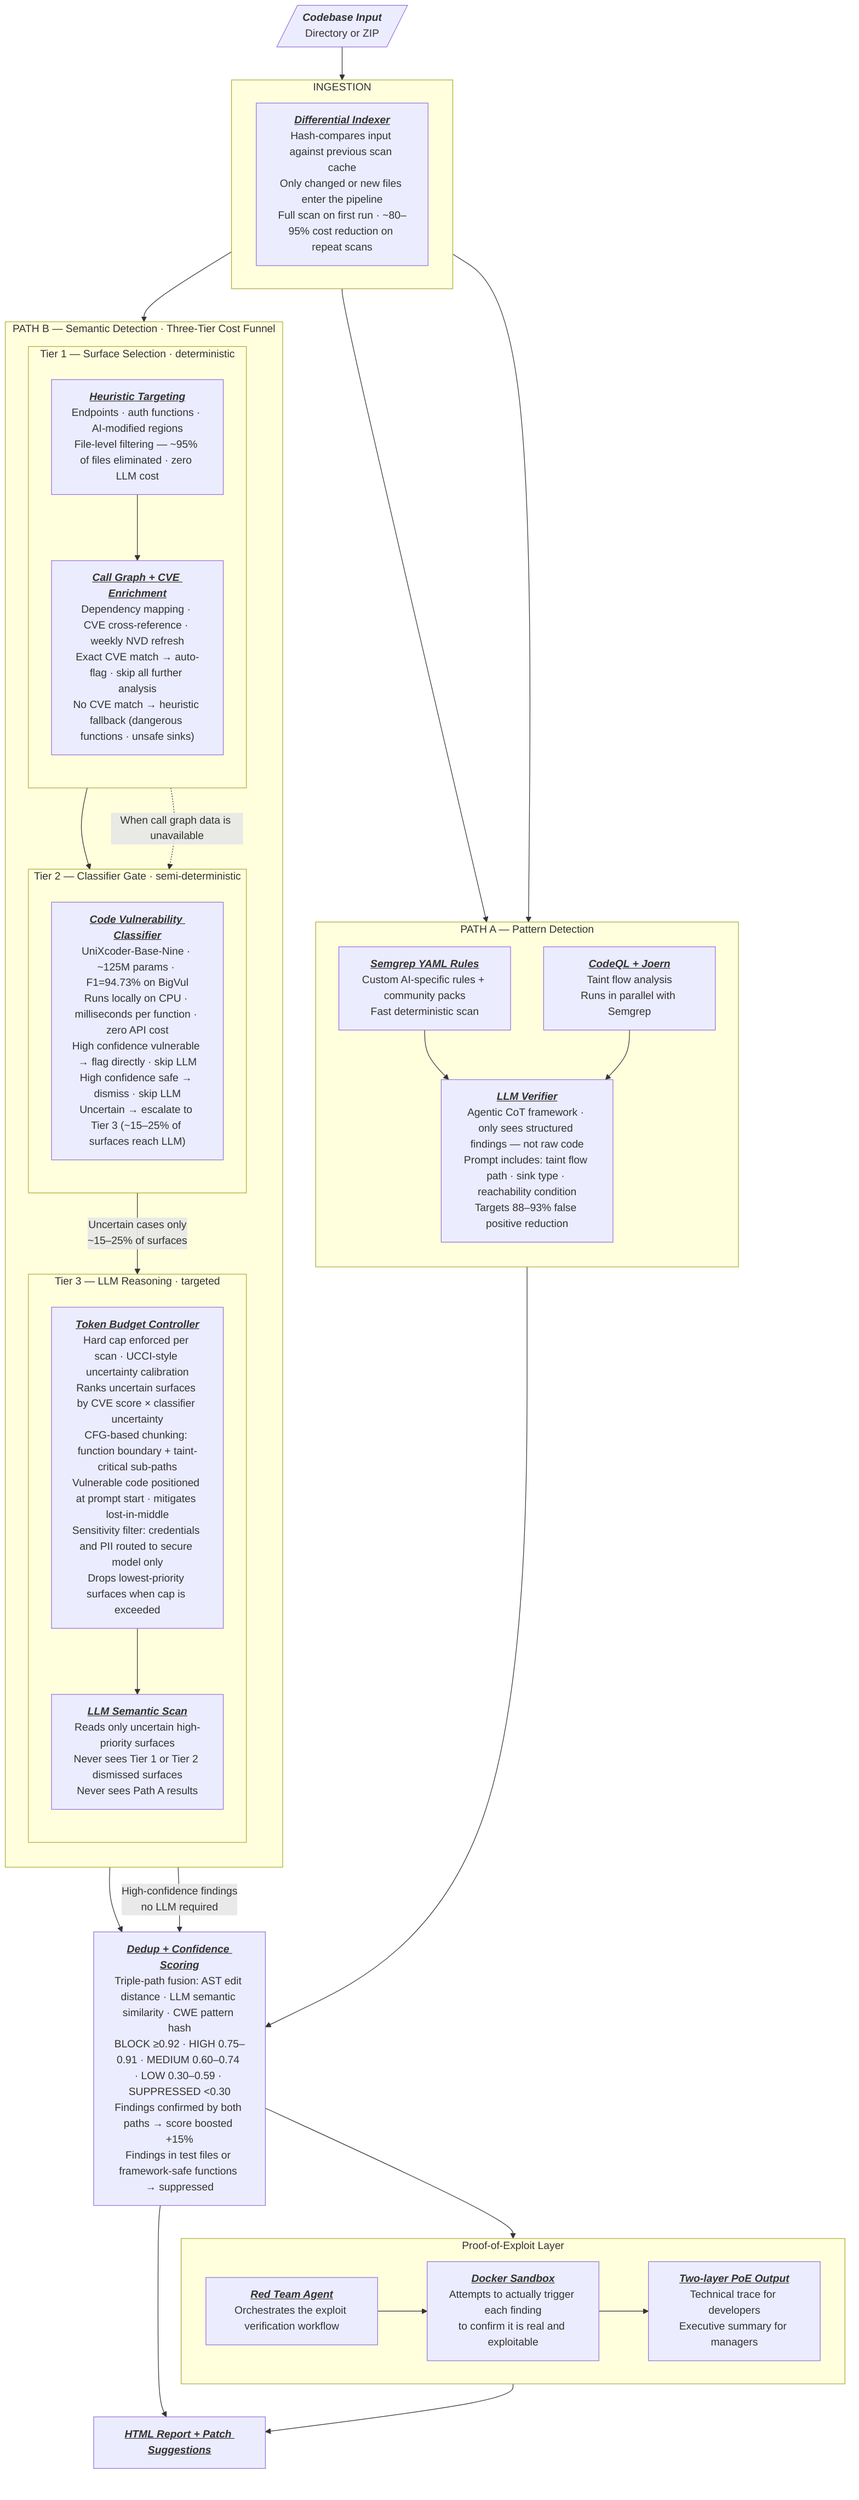
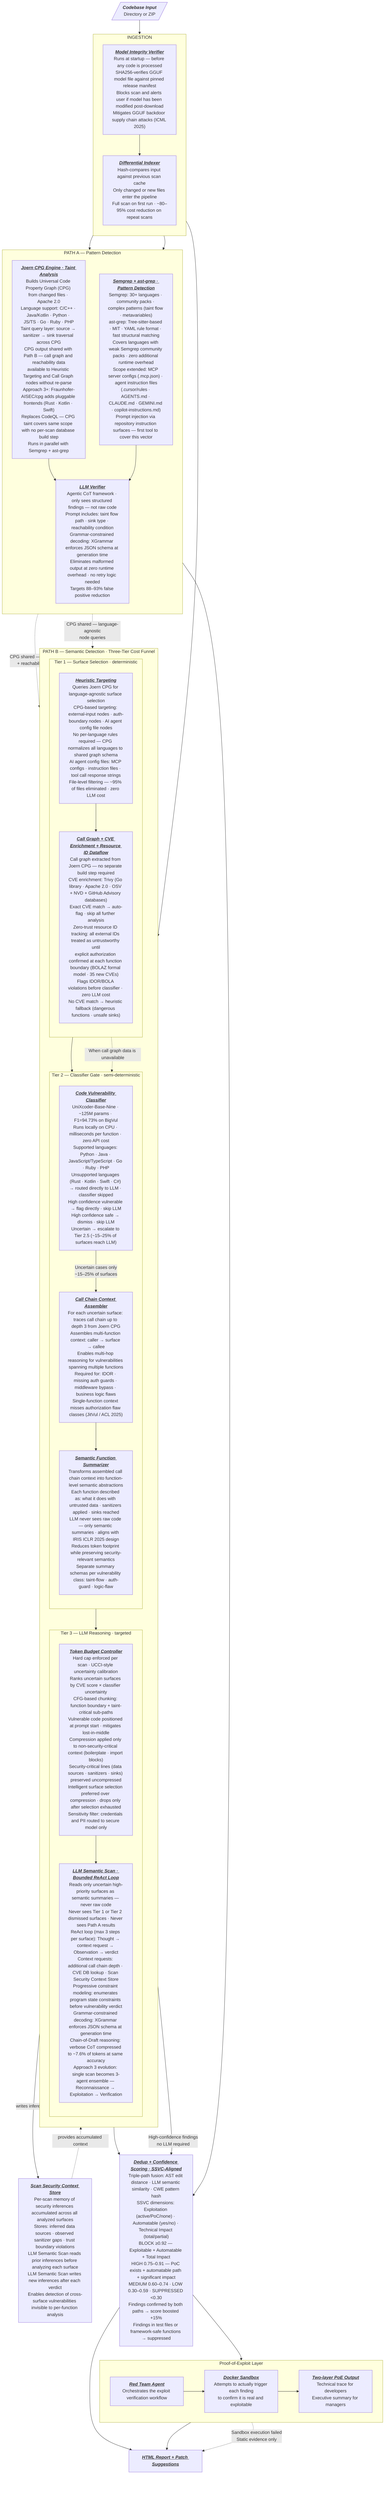
graph TD
    Input[/"<b><i>Codebase Input</i></b>\nDirectory or ZIP"/]

    subgraph INGEST["INGESTION"]
-         direction LR
+         direction TB
+         Model_IV["<b><i><u>Model Integrity Verifier</u></i></b>\nRuns at startup — before any code is processed\nSHA256-verifies GGUF model file against pinned release manifest\nBlocks scan and alerts user if model has been modified post-download\nMitigates GGUF backdoor supply chain attacks (ICML 2025)"]
        DI["<b><i><u>Differential Indexer</u></i></b>\nHash-compares input against previous scan cache\nOnly changed or new files enter the pipeline\nFull scan on first run · ~80–95% cost reduction on repeat scans"]
+         Model_IV --> DI
    end

    subgraph PA["PATH A — Pattern Detection"]
        direction TB
-         PA_SG["<b><i><u>Semgrep YAML Rules</u></i></b>\nCustom AI-specific rules + community packs\nFast deterministic scan"]
-         PA_CQ["<b><i><u>CodeQL + Joern</u></i></b>\nTaint flow analysis\nRuns in parallel with Semgrep"]
-         PA_LV["<b><i><u>LLM Verifier</u></i></b>\nAgentic CoT framework · only sees structured findings — not raw code\nPrompt includes: taint flow path · sink type · reachability condition\nTargets 88–93% false positive reduction"]
-         PA_SG --> PA_LV
+         PA_SG["<b><i><u>Semgrep + ast-grep · Pattern Detection</u></i></b>\nSemgrep: 30+ languages · community packs · complex patterns (taint flow · metavariables)\nast-grep: Tree-sitter-based · MIT · YAML rule format · fast structural matching\nCovers languages with weak Semgrep community packs · zero additional runtime overhead\nScope extended: MCP server configs (.mcp.json) · agent instruction files\n(.cursor/rules · AGENTS.md · CLAUDE.md · GEMINI.md · copilot-instructions.md)\nPrompt injection via repository instruction surfaces — first tool to cover this vector"]
+         PA_CQ["<b><i><u>Joern CPG Engine · Taint Analysis</u></i></b>\nBuilds Universal Code Property Graph (CPG) from changed files · Apache 2.0\nLanguage support: C/C++ · Java/Kotlin · Python · JS/TS · Go · Ruby · PHP\nTaint query layer: source → sanitizer → sink traversal across CPG\nCPG output shared with Path B — call graph and reachability data\navailable to Heuristic Targeting and Call Graph nodes without re-parse\nApproach 3+: Fraunhofer-AISEC/cpg adds pluggable frontends (Rust · Kotlin · Swift)\nReplaces CodeQL — CPG taint covers same scope with no per-scan database build step\nRuns in parallel with Semgrep + ast-grep"]
+         PA_LV["<b><i><u>LLM Verifier</u></i></b>\nAgentic CoT framework · only sees structured findings — not raw code\nPrompt includes: taint flow path · sink type · reachability condition\nGrammar-constrained decoding: XGrammar enforces JSON schema at generation time\nEliminates malformed output at zero runtime overhead · no retry logic needed\nTargets 88–93% false positive reduction"]
        PA_CQ --> PA_LV
    end

    subgraph PB["PATH B — Semantic Detection · Three-Tier Cost Funnel"]
        direction TB

        subgraph T1["Tier 1 — Surface Selection · deterministic"]
            direction TB
-             PB_HT["<b><i><u>Heuristic Targeting</u></i></b>\nEndpoints · auth functions · AI-modified regions\nFile-level filtering — ~95% of files eliminated · zero LLM cost"]
-             PB_CG["<b><i><u>Call Graph + CVE Enrichment</u></i></b>\nDependency mapping · CVE cross-reference · weekly NVD refresh\nExact CVE match → auto-flag · skip all further analysis\nNo CVE match → heuristic fallback (dangerous functions · unsafe sinks)"]
+             PB_HT["<b><i><u>Heuristic Targeting</u></i></b>\nQueries Joern CPG for language-agnostic surface selection\nCPG-based targeting: external-input nodes · auth-boundary nodes · AI agent config file nodes\nNo per-language rules required — CPG normalizes all languages to shared graph schema\nAI agent config files: MCP configs · instruction files · tool call response strings\nFile-level filtering — ~95% of files eliminated · zero LLM cost"]
+             PB_CG["<b><i><u>Call Graph + CVE Enrichment + Resource ID Dataflow</u></i></b>\nCall graph extracted from Joern CPG — no separate build step required\nCVE enrichment: Trivy (Go library · Apache 2.0 · OSV + NVD + GitHub Advisory databases)\nExact CVE match → auto-flag · skip all further analysis\nZero-trust resource ID tracking: all external IDs treated as untrustworthy until\nexplicit authorization confirmed at each function boundary (BOLAZ formal model · 35 new CVEs)\nFlags IDOR/BOLA violations before classifier · zero LLM cost\nNo CVE match → heuristic fallback (dangerous functions · unsafe sinks)"]
        end
+ 
        subgraph T2["Tier 2 — Classifier Gate · semi-deterministic"]
            direction TB
-             PB_CC["<b><i><u>Code Vulnerability Classifier</u></i></b>\nUniXcoder-Base-Nine · ~125M params · F1=94.73% on BigVul\nRuns locally on CPU · milliseconds per function · zero API cost\nHigh confidence vulnerable → flag directly · skip LLM\nHigh confidence safe → dismiss · skip LLM\nUncertain → escalate to Tier 3 (~15–25% of surfaces reach LLM)"]
+             PB_CC["<b><i><u>Code Vulnerability Classifier</u></i></b>\nUniXcoder-Base-Nine · ~125M params · F1=94.73% on BigVul\nRuns locally on CPU · milliseconds per function · zero API cost\nSupported languages: Python · Java · JavaScript/TypeScript · Go · Ruby · PHP\nUnsupported languages (Rust · Kotlin · Swift · C#) → routed directly to LLM · classifier skipped\nHigh confidence vulnerable → flag directly · skip LLM\nHigh confidence safe → dismiss · skip LLM\nUncertain → escalate to Tier 2.5 (~15–25% of surfaces reach LLM)"]
+             PB_CCCA["<b><i><u>Call Chain Context Assembler</u></i></b>\nFor each uncertain surface: traces call chain up to depth 3 from Joern CPG\nAssembles multi-function context: caller → surface → callee\nEnables multi-hop reasoning for vulnerabilities spanning multiple functions\nRequired for: IDOR · missing auth guards · middleware bypass · business logic flaws\nSingle-function context misses authorization flaw classes (JitVul / ACL 2025)"]
+             PB_SFS["<b><i><u>Semantic Function Summarizer</u></i></b>\nTransforms assembled call chain context into function-level semantic abstractions\nEach function described as: what it does with untrusted data · sanitizers applied · sinks reached\nLLM never sees raw code — only semantic summaries · aligns with IRIS ICLR 2025 design\nReduces token footprint while preserving security-relevant semantics\nSeparate summary schemas per vulnerability class: taint-flow · auth-guard · logic-flaw"]
        end
+ 
        subgraph T3["Tier 3 — LLM Reasoning · targeted"]
            direction TB
-             PB_TB["<b><i><u>Token Budget Controller</u></i></b>\nHard cap enforced per scan · UCCI-style uncertainty calibration\nRanks uncertain surfaces by CVE score × classifier uncertainty\nCFG-based chunking: function boundary + taint-critical sub-paths\nVulnerable code positioned at prompt start · mitigates lost-in-middle\nSensitivity filter: credentials and PII routed to secure model only\nDrops lowest-priority surfaces when cap is exceeded"]
-             PB_LS["<b><i><u>LLM Semantic Scan</u></i></b>\nReads only uncertain high-priority surfaces\nNever sees Tier 1 or Tier 2 dismissed surfaces\nNever sees Path A results"]
+             PB_TB["<b><i><u>Token Budget Controller</u></i></b>\nHard cap enforced per scan · UCCI-style uncertainty calibration\nRanks uncertain surfaces by CVE score × classifier uncertainty\nCFG-based chunking: function boundary + taint-critical sub-paths\nVulnerable code positioned at prompt start · mitigates lost-in-middle\nCompression applied only to non-security-critical context (boilerplate · import blocks)\nSecurity-critical lines (data sources · sanitizers · sinks) preserved uncompressed\nIntelligent surface selection preferred over compression · drops only after selection exhausted\nSensitivity filter: credentials and PII routed to secure model only"]
+             PB_LS["<b><i><u>LLM Semantic Scan · Bounded ReAct Loop</u></i></b>\nReads only uncertain high-priority surfaces as semantic summaries — never raw code\nNever sees Tier 1 or Tier 2 dismissed surfaces · Never sees Path A results\nReAct loop (max 3 steps per surface): Thought → context request → Observation → verdict\nContext requests: additional call chain depth · CVE DB lookup · Scan Security Context Store\nProgressive constraint modeling: enumerates program state constraints before vulnerability verdict\nGrammar-constrained decoding: XGrammar enforces JSON schema at generation time\nChain-of-Draft reasoning: verbose CoT compressed to ~7.6% of tokens at same accuracy\nApproach 3 evolution: single scan becomes 3-agent ensemble — Reconnaissance → Exploitation → Verification"]
        end
+ 
        PB_HT --> PB_CG
        PB_CG --> PB_CC
-         PB_CC -->|"Uncertain cases only\n~15–25% of surfaces"| PB_TB
+         PB_CC -->|"Uncertain cases only\n~15–25% of surfaces"| PB_CCCA
+         PB_CCCA --> PB_SFS
+         PB_SFS --> PB_TB
        PB_TB --> PB_LS
        PB_HT -.->|"When call graph data is unavailable"| PB_CC
    end

-     Input --> DI
+     Input --> Model_IV
    DI --> PA_SG
    DI --> PA_CQ
    DI --> PB_HT

+     PA_CQ -.->|"CPG shared — call graph\n+ reachability data"| PB_CG
+     PA_CQ -.->|"CPG shared — language-agnostic\nnode queries"| PB_HT
+ 
+     SCS["<b><i><u>Scan Security Context Store</u></i></b>\nPer-scan memory of security inferences accumulated across all analyzed surfaces\nStores: inferred data sources · observed sanitizer gaps · trust boundary violations\nLLM Semantic Scan reads prior inferences before analyzing each surface\nLLM Semantic Scan writes new inferences after each verdict\nEnables detection of cross-surface vulnerabilities invisible to per-function analysis"]
+ 
+     PB_LS -->|"writes inferences"| SCS
+     SCS -.->|"provides accumulated context"| PB_LS
+     PB_LS --> Dedup
+     PA_SG --> PA_LV
+     PB_CC -->|"High-confidence findings\nno LLM required"| Dedup
    PA_LV --> Dedup
-     PB_LS --> Dedup
-     PB_CC -->|"High-confidence findings\nno LLM required"| Dedup

-     Dedup["<b><i><u>Dedup + Confidence Scoring</u></i></b>\nTriple-path fusion: AST edit distance · LLM semantic similarity · CWE pattern hash\nBLOCK ≥0.92 · HIGH 0.75–0.91 · MEDIUM 0.60–0.74 · LOW 0.30–0.59 · SUPPRESSED <0.30\nFindings confirmed by both paths → score boosted +15%\nFindings in test files or framework-safe functions → suppressed"]
+     Dedup["<b><i><u>Dedup + Confidence Scoring · SSVC-Aligned</u></i></b>\nTriple-path fusion: AST edit distance · LLM semantic similarity · CWE pattern hash\nSSVC dimensions: Exploitation (active/PoC/none) · Automatable (yes/no) · Technical Impact (total/partial)\nBLOCK ≥0.92 — Exploitable + Automatable + Total Impact\nHIGH 0.75–0.91 — PoC exists + automatable path + significant impact\nMEDIUM 0.60–0.74 · LOW 0.30–0.59 · SUPPRESSED <0.30\nFindings confirmed by both paths → score boosted +15%\nFindings in test files or framework-safe functions → suppressed"]

    subgraph PoELayer["Proof-of-Exploit Layer"]
        direction LR
        RTA["<b><i><u>Red Team Agent</u></i></b>\nOrchestrates the exploit verification workflow"]
        DS["<b><i><u>Docker Sandbox</u></i></b>\nAttempts to actually trigger each finding\nto confirm it is real and exploitable"]
        PoEDoc["<b><i><u>Two-layer PoE Output</u></i></b>\nTechnical trace for developers\nExecutive summary for managers"]
        RTA --> DS --> PoEDoc
    end

    Dedup --> RTA
    Dedup --> FinalReport
    PoEDoc --> FinalReport
+     DS -.->|"Sandbox execution failed\nStatic evidence only"| FinalReport

    FinalReport["<b><i><u>HTML Report + Patch Suggestions</u></i></b>"]
